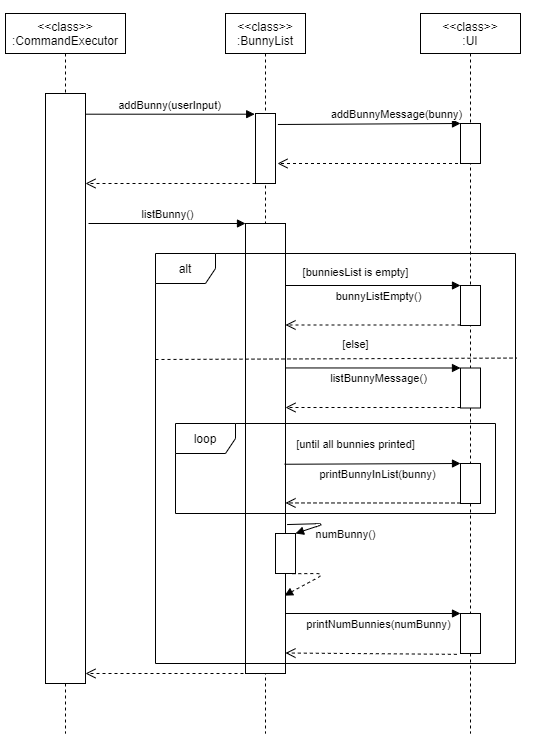
Above: docs/graphics/diagrams/Sequence_diagram_bunny.png in nus-cs2113-AY2021S1/tp (draw.io), before the change. Source tidied: cells renumbered, new cells last; positions are measured from the earlier drawing's top-left corner, leaving out a move shared by most shapes.
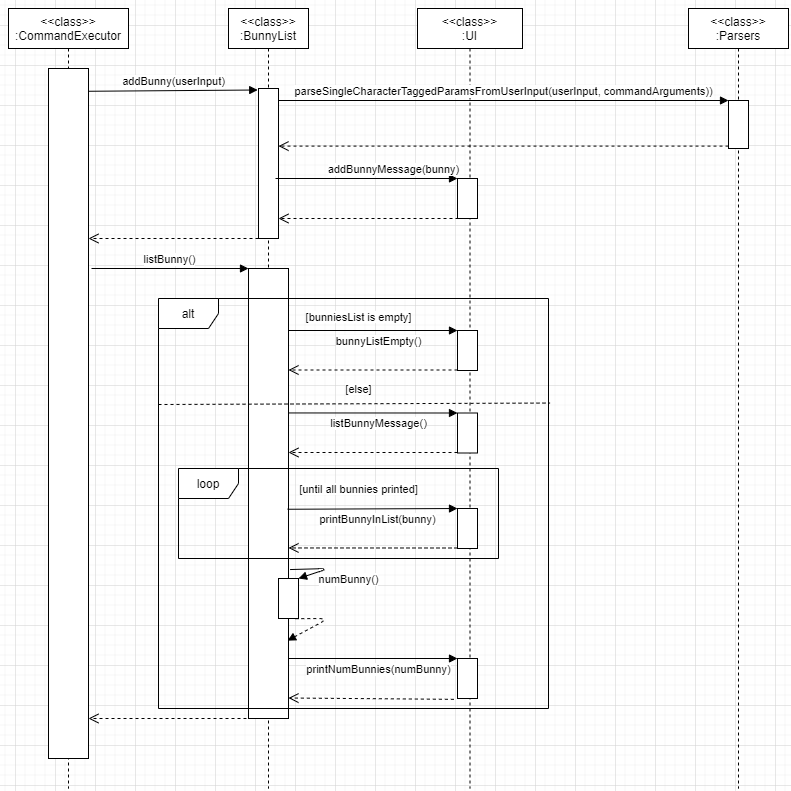
Later version of the same file.

Change to the diagram source:
```diff
@@ -3,33 +3,33 @@
     <mxCell id="0" />
     <mxCell id="1" parent="0" />
     <mxCell id="2" value="&amp;lt;&amp;lt;class&amp;gt;&amp;gt;&lt;br&gt;:CommandExecutor" style="shape=umlLifeline;perimeter=lifelinePerimeter;whiteSpace=wrap;html=1;" parent="1" vertex="1">
-      <mxGeometry x="40" y="20" width="120" height="720" as="geometry" />
+      <mxGeometry x="40" y="-30" width="120" height="780" as="geometry" />
     </mxCell>
     <mxCell id="3" style="html=1;points=[];perimeter=orthogonalPerimeter;" parent="2" vertex="1">
-      <mxGeometry x="40" y="80" width="40" height="590" as="geometry" />
+      <mxGeometry x="40" y="60" width="40" height="690" as="geometry" />
     </mxCell>
     <mxCell id="4" value="&amp;lt;&amp;lt;class&amp;gt;&amp;gt;&lt;br&gt;:BunnyList" style="shape=umlLifeline;perimeter=lifelinePerimeter;whiteSpace=wrap;html=1;" parent="1" vertex="1">
-      <mxGeometry x="260" y="20" width="80" height="720" as="geometry" />
+      <mxGeometry x="260" y="-30" width="80" height="780" as="geometry" />
     </mxCell>
     <mxCell id="5" style="html=1;points=[];perimeter=orthogonalPerimeter;" parent="4" vertex="1">
-      <mxGeometry x="30" y="100" width="20" height="70" as="geometry" />
+      <mxGeometry x="30" y="80" width="20" height="150" as="geometry" />
     </mxCell>
     <mxCell id="6" style="html=1;points=[];perimeter=orthogonalPerimeter;" parent="4" vertex="1">
-      <mxGeometry x="20" y="210" width="40" height="450" as="geometry" />
+      <mxGeometry x="20" y="260" width="40" height="450" as="geometry" />
     </mxCell>
     <mxCell id="7" value="listBunny()" style="html=1;verticalAlign=bottom;endArrow=block;" parent="4" edge="1">
       <mxGeometry relative="1" as="geometry">
-        <mxPoint x="-137" y="210" as="sourcePoint" />
-        <mxPoint x="20" y="210" as="targetPoint" />
+        <mxPoint x="-137" y="260" as="sourcePoint" />
+        <mxPoint x="20" y="260" as="targetPoint" />
       </mxGeometry>
     </mxCell>
     <mxCell id="8" style="html=1;points=[];perimeter=orthogonalPerimeter;" parent="4" vertex="1">
-      <mxGeometry x="50" y="520" width="20" height="40" as="geometry" />
+      <mxGeometry x="50" y="570" width="20" height="40" as="geometry" />
     </mxCell>
     <mxCell id="9" value="numBunny()" style="html=1;verticalAlign=bottom;endArrow=block;exitX=1.04;exitY=0.669;exitDx=0;exitDy=0;exitPerimeter=0;" parent="4" edge="1" source="6" target="8">
       <mxGeometry x="0.1" y="-28" relative="1" as="geometry">
         <Array as="points">
-          <mxPoint x="100" y="510" />
+          <mxPoint x="100" y="560" />
         </Array>
         <mxPoint x="29" y="47" as="offset" />
       </mxGeometry>
@@ -37,18 +37,18 @@
     <mxCell id="10" style="html=1;verticalAlign=bottom;endArrow=block;exitX=0.84;exitY=1.005;exitDx=0;exitDy=0;exitPerimeter=0;entryX=0.975;entryY=0.827;entryDx=0;entryDy=0;entryPerimeter=0;dashed=1;" parent="4" edge="1" source="8" target="6">
       <mxGeometry x="-0.17" y="-20" relative="1" as="geometry">
         <Array as="points">
-          <mxPoint x="100" y="560" />
+          <mxPoint x="100" y="610" />
         </Array>
         <mxPoint x="30" y="18" as="offset" />
       </mxGeometry>
     </mxCell>
-    <mxCell id="11" value="addBunny(userInput)" style="html=1;verticalAlign=bottom;endArrow=block;entryX=-0.04;entryY=0.01;entryDx=0;entryDy=0;entryPerimeter=0;" parent="1" edge="1" source="3" target="5">
+    <mxCell id="11" value="addBunny(userInput)" style="html=1;verticalAlign=bottom;endArrow=block;entryX=-0.04;entryY=0.01;entryDx=0;entryDy=0;entryPerimeter=0;exitX=0.996;exitY=0.033;exitDx=0;exitDy=0;exitPerimeter=0;" parent="1" edge="1" source="3" target="5">
       <mxGeometry relative="1" as="geometry" />
     </mxCell>
     <mxCell id="12" style="html=1;verticalAlign=bottom;endArrow=open;dashed=1;endSize=8;" parent="1" edge="1">
       <mxGeometry x="-1" y="-270" relative="1" as="geometry">
-        <mxPoint x="290" y="190" as="sourcePoint" />
-        <mxPoint x="120" y="190" as="targetPoint" />
+        <mxPoint x="290" y="200" as="sourcePoint" />
+        <mxPoint x="120" y="200" as="targetPoint" />
         <mxPoint x="270" y="270" as="offset" />
       </mxGeometry>
     </mxCell>
@@ -60,47 +60,50 @@
       </mxGeometry>
     </mxCell>
     <mxCell id="14" value="&amp;lt;&amp;lt;class&amp;gt;&amp;gt;&lt;br&gt;:UI" style="shape=umlLifeline;perimeter=lifelinePerimeter;whiteSpace=wrap;html=1;outlineConnect=0;" parent="1" vertex="1">
-      <mxGeometry x="455" y="20" width="100" height="720" as="geometry" />
+      <mxGeometry x="449" y="-30" width="105" height="780" as="geometry" />
     </mxCell>
     <mxCell id="15" style="html=1;points=[];perimeter=orthogonalPerimeter;" parent="14" vertex="1">
-      <mxGeometry x="40" y="110" width="20" height="40" as="geometry" />
+      <mxGeometry x="40" y="170" width="20" height="40" as="geometry" />
     </mxCell>
     <mxCell id="16" style="html=1;points=[];perimeter=orthogonalPerimeter;" parent="14" vertex="1">
-      <mxGeometry x="40" y="272" width="20" height="40" as="geometry" />
+      <mxGeometry x="40" y="322" width="20" height="40" as="geometry" />
     </mxCell>
     <mxCell id="17" style="html=1;verticalAlign=bottom;endArrow=open;dashed=1;endSize=8;" parent="14" edge="1" target="6">
       <mxGeometry x="-1" y="176" relative="1" as="geometry">
-        <mxPoint x="40" y="311.5" as="sourcePoint" />
+        <mxPoint x="40" y="361.5" as="sourcePoint" />
         <mxPoint x="153" y="-87" as="offset" />
       </mxGeometry>
     </mxCell>
     <mxCell id="18" style="html=1;points=[];perimeter=orthogonalPerimeter;" parent="14" vertex="1">
-      <mxGeometry x="40" y="354.5" width="20" height="40" as="geometry" />
+      <mxGeometry x="40" y="404.5" width="20" height="40" as="geometry" />
     </mxCell>
     <mxCell id="19" style="html=1;verticalAlign=bottom;endArrow=open;dashed=1;endSize=8;" parent="14" edge="1" target="6">
       <mxGeometry x="-1" y="176" relative="1" as="geometry">
-        <mxPoint x="40" y="394" as="sourcePoint" />
+        <mxPoint x="40" y="444" as="sourcePoint" />
         <mxPoint x="153" y="-87" as="offset" />
       </mxGeometry>
     </mxCell>
     <mxCell id="20" style="html=1;points=[];perimeter=orthogonalPerimeter;" parent="14" vertex="1">
-      <mxGeometry x="40" y="450" width="20" height="40" as="geometry" />
+      <mxGeometry x="40" y="500" width="20" height="40" as="geometry" />
     </mxCell>
     <mxCell id="21" style="html=1;verticalAlign=bottom;endArrow=open;dashed=1;endSize=8;entryX=1;entryY=0.621;entryDx=0;entryDy=0;entryPerimeter=0;" parent="14" edge="1" target="6">
       <mxGeometry x="-1" y="176" relative="1" as="geometry">
-        <mxPoint x="40" y="489.5" as="sourcePoint" />
+        <mxPoint x="40" y="539.5" as="sourcePoint" />
         <mxPoint x="153" y="-87" as="offset" />
       </mxGeometry>
     </mxCell>
     <mxCell id="22" style="html=1;points=[];perimeter=orthogonalPerimeter;" parent="14" vertex="1">
-      <mxGeometry x="40" y="600" width="20" height="40" as="geometry" />
+      <mxGeometry x="40" y="650" width="20" height="40" as="geometry" />
     </mxCell>
-    <mxCell id="23" value="addBunnyMessage(bunny)" style="html=1;verticalAlign=bottom;endArrow=block;entryX=0;entryY=0;exitX=1.12;exitY=0.157;exitDx=0;exitDy=0;exitPerimeter=0;" parent="1" edge="1" source="5" target="15">
-      <mxGeometry x="0.3" relative="1" as="geometry" />
+    <mxCell id="23" value="addBunnyMessage(bunny)" style="html=1;verticalAlign=bottom;endArrow=block;entryX=0;entryY=0;" parent="1" edge="1" target="15">
+      <mxGeometry x="0.3" relative="1" as="geometry">
+        <mxPoint x="307" y="140" as="sourcePoint" />
+      </mxGeometry>
     </mxCell>
-    <mxCell id="24" style="html=1;verticalAlign=bottom;endArrow=open;dashed=1;endSize=8;" parent="1" edge="1" source="14">
+    <mxCell id="24" style="html=1;verticalAlign=bottom;endArrow=open;dashed=1;endSize=8;" parent="1" edge="1">
       <mxGeometry x="-1" y="176" relative="1" as="geometry">
-        <mxPoint x="312" y="170" as="targetPoint" />
+        <mxPoint x="502" y="180" as="sourcePoint" />
+        <mxPoint x="310" y="180" as="targetPoint" />
         <mxPoint x="153" y="-87" as="offset" />
       </mxGeometry>
     </mxCell>
@@ -136,7 +139,7 @@
       <mxGeometry x="0.06" y="-20" relative="1" as="geometry" />
     </mxCell>
     <mxCell id="33" value="alt" style="shape=umlFrame;whiteSpace=wrap;html=1;" parent="1" vertex="1">
-      <mxGeometry x="190" y="260" width="360" height="410" as="geometry" />
+      <mxGeometry x="190" y="260" width="390" height="410" as="geometry" />
     </mxCell>
     <mxCell id="34" style="endArrow=none;dashed=1;html=1;exitX=0;exitY=0.287;exitDx=0;exitDy=0;exitPerimeter=0;entryX=1.004;entryY=0.255;entryDx=0;entryDy=0;entryPerimeter=0;" parent="1" edge="1" target="33">
       <mxGeometry relative="1" as="geometry">
@@ -146,11 +149,17 @@
     <mxCell id="35" value="loop" style="shape=umlFrame;whiteSpace=wrap;html=1;" parent="1" vertex="1">
       <mxGeometry x="210" y="430" width="320" height="90" as="geometry" />
     </mxCell>
-    <mxCell id="36" style="html=1;perimeter=orthogonalPerimeter;" parent="1" vertex="1">
-      <mxGeometry width="10" height="80" as="geometry" />
-    </mxCell>
-    <mxCell id="37" style="html=1;perimeter=orthogonalPerimeter;" parent="1" vertex="1">
-      <mxGeometry x="600" y="700" width="10" height="80" as="geometry" />
-    </mxCell>
+    <mxCell id="38" value="&amp;lt;&amp;lt;class&amp;gt;&amp;gt;&lt;br&gt;:Parsers" style="shape=umlLifeline;perimeter=lifelinePerimeter;whiteSpace=wrap;html=1;" parent="1" vertex="1">
+      <mxGeometry x="720" y="-30" width="100" height="780" as="geometry" />
+    </mxCell>
+    <mxCell id="39" style="html=1;points=[];perimeter=orthogonalPerimeter;" parent="38" vertex="1">
+      <mxGeometry x="40" y="92" width="20" height="48" as="geometry" />
+    </mxCell>
+    <mxCell id="40" style="html=1;verticalAlign=bottom;endArrow=open;dashed=1;endSize=8;exitX=0;exitY=0.95;" parent="1" edge="1" source="39" target="5">
+      <mxGeometry relative="1" as="geometry" />
+    </mxCell>
+    <mxCell id="41" value="parseSingleCharacterTaggedParamsFromUserInput(userInput, commandArguments))" style="html=1;verticalAlign=bottom;endArrow=block;entryX=0;entryY=0;" parent="1" edge="1" source="5" target="39">
+      <mxGeometry relative="1" as="geometry" />
+    </mxCell>
   </root>
 </mxGraphModel>
```
